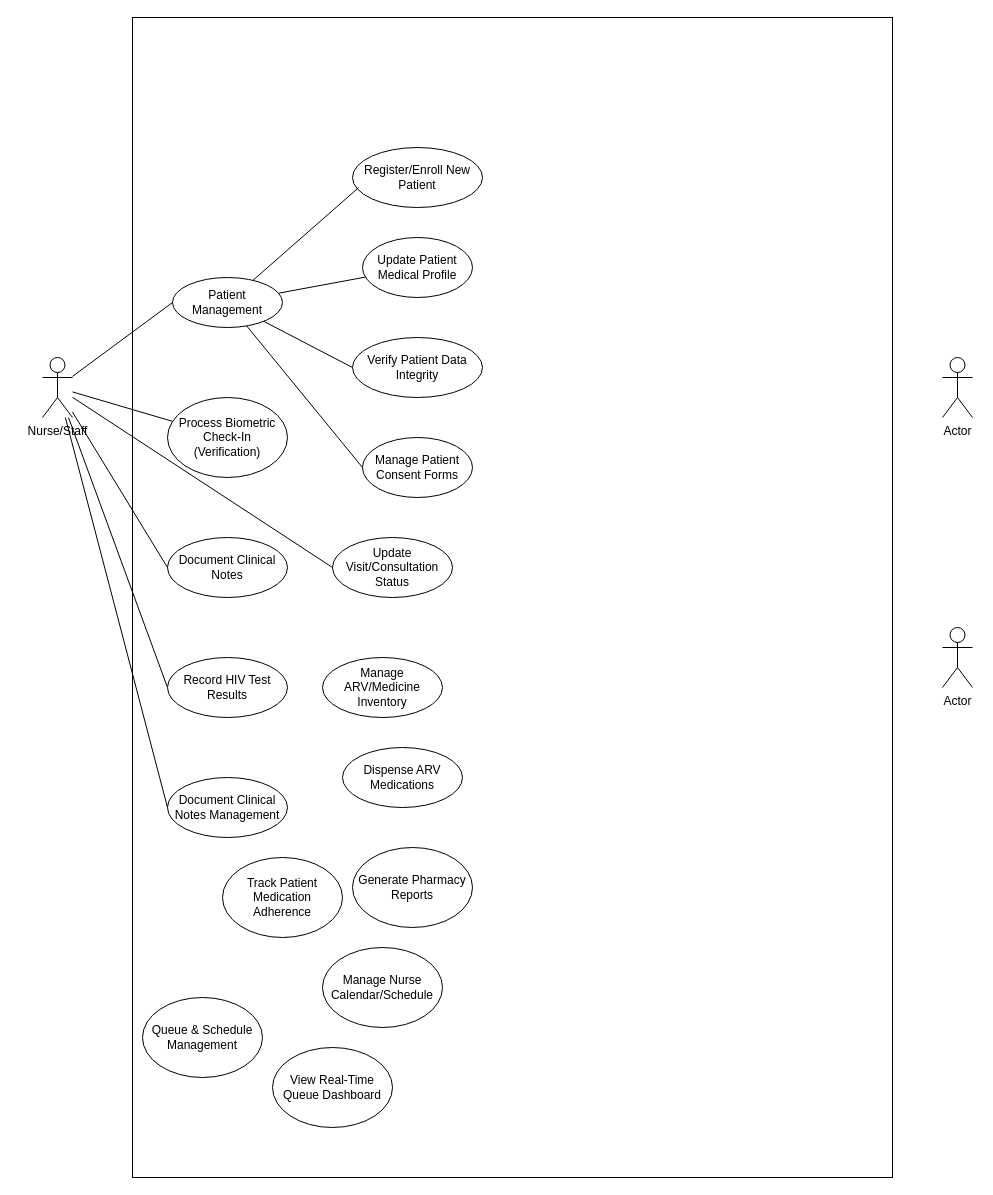
Before: Untitled Diagram.drawio in perez-mj/hiv-capstone-front, a draw.io diagram. Source tidied: cells renumbered, new cells numbered last; positions are measured from the earlier drawing's top-left corner, leaving out a move shared by most shapes. Both pictures are drawn from the tidied source at 100%, with x=0, y=0 at pixel (42, 17).
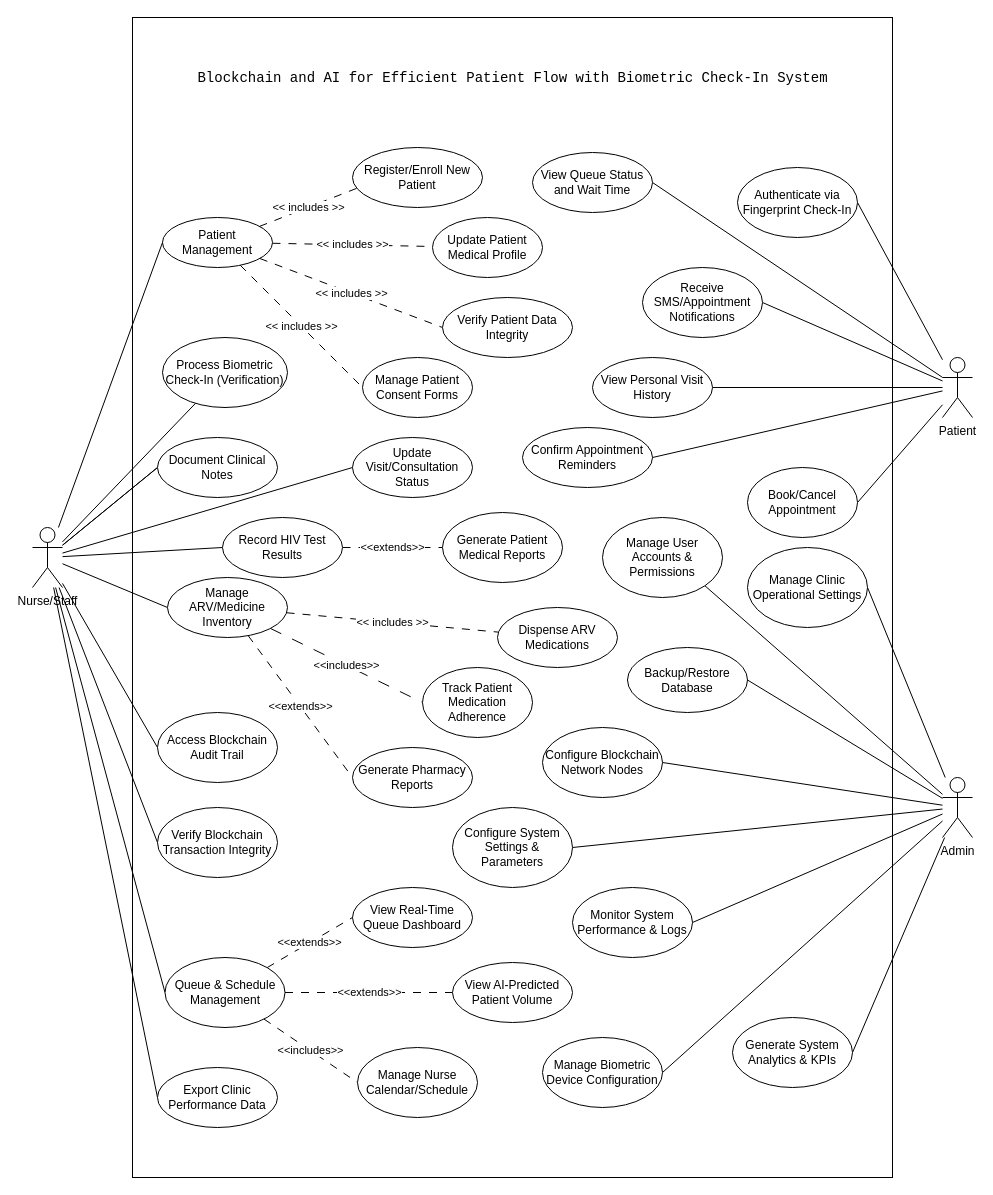
The same page after the edit.

The change refers to these unchanged cells:
```xml
<mxCell id="12" value="&lt;span&gt;Register/Enroll New Patient&lt;/span&gt;" style="ellipse;whiteSpace=wrap;html=1;" parent="1" vertex="1">
  <mxGeometry x="310" y="130" width="130" height="60" as="geometry" />
</mxCell>
```

Diff of the diagram source:
```diff
@@
+    <mxCell id="33" style="rounded=0;jettySize=auto;html=1;entryX=0;entryY=0.5;entryDx=0;entryDy=0;endArrow=none;endFill=0;" parent="1" edge="1" source="5" target="26">
+      <mxGeometry relative="1" as="geometry" />
+    </mxCell>
+    <mxCell id="34" style="rounded=0;jettySize=auto;html=1;entryX=0;entryY=0.5;entryDx=0;entryDy=0;endArrow=none;endFill=0;" parent="1" edge="1" source="5" target="31">
+      <mxGeometry relative="1" as="geometry" />
+    </mxCell>
+    <mxCell id="35" style="rounded=0;jettySize=auto;html=1;entryX=0;entryY=0.5;entryDx=0;entryDy=0;endArrow=none;endFill=0;" parent="1" edge="1" source="5" target="61">
+      <mxGeometry relative="1" as="geometry" />
+    </mxCell>
+    <mxCell id="36" style="rounded=0;jettySize=auto;html=1;entryX=0;entryY=0.5;entryDx=0;entryDy=0;endArrow=none;endFill=0;" parent="1" edge="1" source="5" target="63">
+      <mxGeometry relative="1" as="geometry" />
+    </mxCell>
+    <mxCell id="37" style="rounded=0;jettySize=auto;html=1;entryX=0;entryY=0.5;entryDx=0;entryDy=0;endArrow=none;endFill=0;" parent="1" edge="1" source="5" target="62">
+      <mxGeometry relative="1" as="geometry" />
+    </mxCell>
     <mxCell id="5" value="Nurse/Staff" style="shape=umlActor;verticalLabelPosition=bottom;verticalAlign=top;html=1;outlineConnect=0;" parent="1" vertex="1">
-      <mxGeometry y="340" width="30" height="60" as="geometry" />
+      <mxGeometry x="-10" y="510" width="30" height="60" as="geometry" />
     </mxCell>
+    <mxCell id="38" style="rounded=0;jettySize=auto;html=1;entryX=1;entryY=0.5;entryDx=0;entryDy=0;endArrow=none;endFill=0;" parent="1" edge="1" source="6" target="76">
+      <mxGeometry relative="1" as="geometry" />
+    </mxCell>
+    <mxCell id="39" style="rounded=0;jettySize=auto;html=1;entryX=1;entryY=0.5;entryDx=0;entryDy=0;endArrow=none;endFill=0;" parent="1" edge="1" source="6" target="77">
+      <mxGeometry relative="1" as="geometry" />
+    </mxCell>
+    <mxCell id="40" style="rounded=0;jettySize=auto;html=1;entryX=1;entryY=0.5;entryDx=0;entryDy=0;endArrow=none;endFill=0;" parent="1" edge="1" source="6" target="72">
+      <mxGeometry relative="1" as="geometry" />
+    </mxCell>
+    <mxCell id="41" style="rounded=0;jettySize=auto;html=1;entryX=1;entryY=0.5;entryDx=0;entryDy=0;endArrow=none;endFill=0;" parent="1" edge="1" source="6" target="74">
+      <mxGeometry relative="1" as="geometry" />
+    </mxCell>
+    <mxCell id="42" style="rounded=0;jettySize=auto;html=1;entryX=1;entryY=0.5;entryDx=0;entryDy=0;endArrow=none;endFill=0;" parent="1" edge="1" source="6" target="73">
+      <mxGeometry relative="1" as="geometry" />
+    </mxCell>
+    <mxCell id="43" style="rounded=0;jettySize=auto;html=1;entryX=1;entryY=0.5;entryDx=0;entryDy=0;endArrow=none;endFill=0;" parent="1" edge="1" source="6" target="75">
+      <mxGeometry relative="1" as="geometry" />
+    </mxCell>
+    <mxCell id="44" style="rounded=0;jettySize=auto;html=1;entryX=1;entryY=0.5;entryDx=0;entryDy=0;endArrow=none;endFill=0;" parent="1" edge="1" source="6" target="78">
+      <mxGeometry relative="1" as="geometry" />
+    </mxCell>
+    <mxCell id="45" style="rounded=0;jettySize=auto;html=1;entryX=1;entryY=1;entryDx=0;entryDy=0;endArrow=none;endFill=0;" parent="1" edge="1" source="6" target="71">
+      <mxGeometry relative="1" as="geometry" />
+    </mxCell>
-    <mxCell id="6" value="Actor" style="shape=umlActor;verticalLabelPosition=bottom;verticalAlign=top;html=1;outlineConnect=0;" parent="1" vertex="1">
-      <mxGeometry x="900" y="610" width="30" height="60" as="geometry" />
+    <mxCell id="6" value="Admin" style="shape=umlActor;verticalLabelPosition=bottom;verticalAlign=top;html=1;outlineConnect=0;" parent="1" vertex="1">
+      <mxGeometry x="900" y="760" width="30" height="60" as="geometry" />
     </mxCell>
+    <mxCell id="46" style="rounded=0;jettySize=auto;html=1;entryX=1;entryY=0.5;entryDx=0;entryDy=0;endArrow=none;endFill=0;" parent="1" edge="1" source="7" target="66">
+      <mxGeometry relative="1" as="geometry" />
+    </mxCell>
+    <mxCell id="47" style="rounded=0;jettySize=auto;html=1;entryX=1;entryY=0.5;entryDx=0;entryDy=0;endArrow=none;endFill=0;" parent="1" edge="1" source="7" target="68">
+      <mxGeometry relative="1" as="geometry" />
+    </mxCell>
+    <mxCell id="48" style="rounded=0;jettySize=auto;html=1;entryX=1;entryY=0.5;entryDx=0;entryDy=0;endArrow=none;endFill=0;" parent="1" edge="1" source="7" target="67">
+      <mxGeometry relative="1" as="geometry" />
+    </mxCell>
+    <mxCell id="49" style="rounded=0;jettySize=auto;html=1;entryX=1;entryY=0.5;entryDx=0;entryDy=0;endArrow=none;endFill=0;" parent="1" edge="1" source="7" target="69">
+      <mxGeometry relative="1" as="geometry" />
+    </mxCell>
+    <mxCell id="50" style="rounded=0;jettySize=auto;html=1;entryX=1;entryY=0.5;entryDx=0;entryDy=0;endArrow=none;endFill=0;" parent="1" edge="1" source="7" target="65">
+      <mxGeometry relative="1" as="geometry" />
+    </mxCell>
+    <mxCell id="51" style="rounded=0;jettySize=auto;html=1;entryX=1;entryY=0.5;entryDx=0;entryDy=0;endArrow=none;endFill=0;" parent="1" edge="1" source="7" target="70">
+      <mxGeometry relative="1" as="geometry" />
+    </mxCell>
-    <mxCell id="7" value="Actor" style="shape=umlActor;verticalLabelPosition=bottom;verticalAlign=top;html=1;outlineConnect=0;" parent="1" vertex="1">
+    <mxCell id="7" value="Patient" style="shape=umlActor;verticalLabelPosition=bottom;verticalAlign=top;html=1;outlineConnect=0;" parent="1" vertex="1">
       <mxGeometry x="900" y="340" width="30" height="60" as="geometry" />
     </mxCell>
-    <mxCell id="8" style="rounded=0;jettySize=auto;html=1;endArrow=none;endFill=0;" parent="1" edge="1" source="11" target="13">
+    <mxCell id="8" value="&amp;lt;&amp;lt; includes &amp;gt;&amp;gt;" style="rounded=0;jettySize=auto;html=1;endArrow=none;endFill=0;dashed=1;dashPattern=8 8;" parent="1" edge="1" source="11" target="13">
       <mxGeometry relative="1" as="geometry" />
     </mxCell>
-    <mxCell id="9" style="rounded=0;jettySize=auto;html=1;entryX=0;entryY=0.5;entryDx=0;entryDy=0;endArrow=none;endFill=0;" parent="1" edge="1" source="11" target="14">
+    <mxCell id="9" value="&amp;lt;&amp;lt; includes &amp;gt;&amp;gt;" style="rounded=0;jettySize=auto;html=1;entryX=0;entryY=0.5;entryDx=0;entryDy=0;endArrow=none;endFill=0;dashed=1;dashPattern=8 8;" parent="1" edge="1" source="11" target="14">
       <mxGeometry relative="1" as="geometry" />
     </mxCell>
-    <mxCell id="10" style="rounded=0;jettySize=auto;html=1;entryX=0;entryY=0.5;entryDx=0;entryDy=0;endArrow=none;endFill=0;" parent="1" edge="1" source="11" target="15">
+    <mxCell id="10" value="&amp;lt;&amp;lt; includes &amp;gt;&amp;gt;" style="rounded=0;jettySize=auto;entryX=0;entryY=0.5;entryDx=0;entryDy=0;endArrow=none;endFill=0;html=1;horizontal=1;labelPosition=center;verticalLabelPosition=middle;align=center;verticalAlign=middle;spacingLeft=0;dashed=1;dashPattern=8 8;" parent="1" edge="1" source="11" target="15">
       <mxGeometry relative="1" as="geometry" />
     </mxCell>
     <mxCell id="11" value="&lt;span&gt;Patient Management&lt;/span&gt;" style="ellipse;whiteSpace=wrap;html=1;" parent="1" vertex="1">
-      <mxGeometry x="130" y="260" width="110" height="50" as="geometry" />
+      <mxGeometry x="120" y="200" width="110" height="50" as="geometry" />
     </mxCell>
@@
     <mxCell id="13" value="&lt;span&gt;Update Patient Medical Profile&lt;/span&gt;" style="ellipse;whiteSpace=wrap;html=1;" parent="1" vertex="1">
-      <mxGeometry x="320" y="220" width="110" height="60" as="geometry" />
+      <mxGeometry x="390" y="200" width="110" height="60" as="geometry" />
     </mxCell>
     <mxCell id="14" value="&lt;span&gt;Verify Patient Data Integrity&lt;/span&gt;" style="ellipse;whiteSpace=wrap;html=1;" parent="1" vertex="1">
-      <mxGeometry x="310" y="320" width="130" height="60" as="geometry" />
+      <mxGeometry x="400" y="280" width="130" height="60" as="geometry" />
     </mxCell>
     <mxCell id="15" value="&lt;span&gt;Manage Patient Consent Forms&lt;/span&gt;" style="ellipse;whiteSpace=wrap;html=1;" parent="1" vertex="1">
-      <mxGeometry x="320" y="420" width="110" height="60" as="geometry" />
+      <mxGeometry x="320" y="340" width="110" height="60" as="geometry" />
     </mxCell>
-    <mxCell id="16" style="rounded=0;jettySize=auto;html=1;entryX=0.048;entryY=0.667;entryDx=0;entryDy=0;entryPerimeter=0;endArrow=none;endFill=0;" parent="1" edge="1" source="11" target="12">
+    <mxCell id="16" value="&amp;lt;&amp;lt; includes &amp;gt;&amp;gt;" style="rounded=0;jettySize=auto;html=1;entryX=0.048;entryY=0.667;entryDx=0;entryDy=0;entryPerimeter=0;endArrow=none;endFill=0;dashed=1;dashPattern=8 8;" parent="1" edge="1" source="11" target="12">
       <mxGeometry relative="1" as="geometry" />
     </mxCell>
@@
     <mxCell id="18" value="&lt;span&gt;Process Biometric Check-In (Verification)&lt;/span&gt;" style="ellipse;whiteSpace=wrap;html=1;" parent="1" vertex="1">
-      <mxGeometry x="125" y="380" width="120" height="80" as="geometry" />
+      <mxGeometry x="120" y="320" width="125" height="70" as="geometry" />
     </mxCell>
     <mxCell id="19" value="&lt;span&gt;Update Visit/Consultation Status&lt;/span&gt;" style="ellipse;whiteSpace=wrap;html=1;" parent="1" vertex="1">
-      <mxGeometry x="290" y="520" width="120" height="60" as="geometry" />
+      <mxGeometry x="310" y="420" width="120" height="60" as="geometry" />
     </mxCell>
+    <mxCell id="52" value="&amp;lt;&amp;lt;extends&amp;gt;&amp;gt;" style="rounded=0;jettySize=auto;html=1;entryX=0;entryY=0.5;entryDx=0;entryDy=0;endArrow=none;endFill=0;dashed=1;dashPattern=8 8;" parent="1" edge="1" source="20" target="60">
+      <mxGeometry relative="1" as="geometry" />
+    </mxCell>
     <mxCell id="20" value="&lt;span&gt;Record HIV Test Results&lt;/span&gt;" style="ellipse;whiteSpace=wrap;html=1;" parent="1" vertex="1">
-      <mxGeometry x="125" y="640" width="120" height="60" as="geometry" />
+      <mxGeometry x="180" y="500" width="120" height="60" as="geometry" />
     </mxCell>
-    <mxCell id="21" value="&lt;span&gt;Document Clinical Notes&lt;/span&gt;" style="ellipse;whiteSpace=wrap;html=1;" parent="1" vertex="1">
-      <mxGeometry x="125" y="520" width="120" height="60" as="geometry" />
-    </mxCell>
@@
-    <mxCell id="24" value="&lt;span&gt;Document Clinical Notes Management&lt;/span&gt;" style="ellipse;whiteSpace=wrap;html=1;" parent="1" vertex="1">
-      <mxGeometry x="125" y="760" width="120" height="60" as="geometry" />
-    </mxCell>
-    <mxCell id="25" style="rounded=0;jettySize=auto;html=1;entryX=0;entryY=0.5;entryDx=0;entryDy=0;endArrow=none;endFill=0;" parent="1" edge="1" source="5" target="24">
-      <mxGeometry relative="1" as="geometry" />
-    </mxCell>
+    <mxCell id="53" value="&amp;lt;&amp;lt; includes &amp;gt;&amp;gt;" style="rounded=0;jettySize=auto;html=1;endArrow=none;endFill=0;dashed=1;dashPattern=8 8;" parent="1" edge="1" source="26" target="27">
+      <mxGeometry relative="1" as="geometry" />
+    </mxCell>
+    <mxCell id="54" value="&amp;lt;&amp;lt;extends&amp;gt;&amp;gt;" style="rounded=0;jettySize=auto;html=1;entryX=0;entryY=0.5;entryDx=0;entryDy=0;endArrow=none;endFill=0;dashed=1;dashPattern=8 8;" parent="1" edge="1" source="26" target="29">
+      <mxGeometry relative="1" as="geometry" />
+    </mxCell>
+    <mxCell id="55" value="&amp;lt;&amp;lt;includes&amp;gt;&amp;gt;" style="rounded=0;jettySize=auto;html=1;entryX=0;entryY=0.5;entryDx=0;entryDy=0;endArrow=none;endFill=0;dashed=1;dashPattern=12 12;" parent="1" edge="1" source="26" target="28">
+      <mxGeometry relative="1" as="geometry" />
+    </mxCell>
     <mxCell id="26" value="&lt;span&gt;Manage ARV/Medicine Inventory&lt;/span&gt;" style="ellipse;whiteSpace=wrap;html=1;" parent="1" vertex="1">
-      <mxGeometry x="280" y="640" width="120" height="60" as="geometry" />
+      <mxGeometry x="125" y="560" width="120" height="60" as="geometry" />
     </mxCell>
     <mxCell id="27" value="&lt;span&gt;Dispense ARV Medications&lt;/span&gt;" style="ellipse;whiteSpace=wrap;html=1;" parent="1" vertex="1">
-      <mxGeometry x="300" y="730" width="120" height="60" as="geometry" />
+      <mxGeometry x="455" y="590" width="120" height="60" as="geometry" />
     </mxCell>
     <mxCell id="28" value="&lt;span&gt;Track Patient Medication Adherence&lt;/span&gt;" style="ellipse;whiteSpace=wrap;html=1;" parent="1" vertex="1">
-      <mxGeometry x="180" y="840" width="120" height="80" as="geometry" />
+      <mxGeometry x="380" y="650" width="110" height="70" as="geometry" />
     </mxCell>
     <mxCell id="29" value="&lt;span&gt;Generate Pharmacy Reports&lt;/span&gt;" style="ellipse;whiteSpace=wrap;html=1;" parent="1" vertex="1">
-      <mxGeometry x="310" y="830" width="120" height="80" as="geometry" />
+      <mxGeometry x="310" y="730" width="120" height="60" as="geometry" />
     </mxCell>
     <mxCell id="30" value="&lt;span&gt;View Real-Time Queue Dashboard&lt;/span&gt;" style="ellipse;whiteSpace=wrap;html=1;" parent="1" vertex="1">
-      <mxGeometry x="230" y="1030" width="120" height="80" as="geometry" />
+      <mxGeometry x="310" y="870" width="120" height="60" as="geometry" />
     </mxCell>
+    <mxCell id="56" value="&amp;lt;&amp;lt;extends&amp;gt;&amp;gt;" style="rounded=0;jettySize=auto;html=1;entryX=0;entryY=0.5;entryDx=0;entryDy=0;endArrow=none;endFill=0;dashed=1;dashPattern=8 8;" parent="1" edge="1" source="31" target="30">
+      <mxGeometry relative="1" as="geometry" />
+    </mxCell>
+    <mxCell id="57" value="&amp;lt;&amp;lt;extends&amp;gt;&amp;gt;" style="rounded=0;jettySize=auto;html=1;entryX=0;entryY=0.5;entryDx=0;entryDy=0;endArrow=none;endFill=0;dashed=1;dashPattern=8 8;" parent="1" edge="1" source="31" target="59">
+      <mxGeometry relative="1" as="geometry" />
+    </mxCell>
+    <mxCell id="58" value="&amp;lt;&amp;lt;includes&amp;gt;&amp;gt;" style="rounded=0;jettySize=auto;html=1;entryX=0;entryY=0.5;entryDx=0;entryDy=0;endArrow=none;endFill=0;dashed=1;dashPattern=8 8;" parent="1" edge="1" source="31" target="32">
+      <mxGeometry relative="1" as="geometry" />
+    </mxCell>
     <mxCell id="31" value="&lt;span&gt;Queue &amp;amp; Schedule Management&lt;/span&gt;" style="ellipse;whiteSpace=wrap;html=1;" parent="1" vertex="1">
-      <mxGeometry x="100" y="980" width="120" height="80" as="geometry" />
+      <mxGeometry x="122.5" y="940" width="120" height="70" as="geometry" />
     </mxCell>
     <mxCell id="32" value="&lt;span&gt;Manage Nurse Calendar/Schedule&lt;/span&gt;" style="ellipse;whiteSpace=wrap;html=1;" parent="1" vertex="1">
-      <mxGeometry x="280" y="930" width="120" height="80" as="geometry" />
+      <mxGeometry x="315" y="1030" width="120" height="70" as="geometry" />
     </mxCell>
+    <mxCell id="59" value="&lt;span&gt;View AI-Predicted Patient Volume&lt;/span&gt;" style="ellipse;whiteSpace=wrap;html=1;" parent="1" vertex="1">
+      <mxGeometry x="410" y="945" width="120" height="60" as="geometry" />
+    </mxCell>
+    <mxCell id="60" value="&lt;span&gt;Generate Patient Medical Reports&lt;/span&gt;" style="ellipse;whiteSpace=wrap;html=1;" parent="1" vertex="1">
+      <mxGeometry x="400" y="495" width="120" height="70" as="geometry" />
+    </mxCell>
+    <mxCell id="61" value="&lt;span&gt;Access Blockchain Audit Trail&lt;/span&gt;" style="ellipse;whiteSpace=wrap;html=1;" parent="1" vertex="1">
+      <mxGeometry x="115" y="695" width="120" height="70" as="geometry" />
+    </mxCell>
+    <mxCell id="62" value="&lt;span&gt;Export Clinic Performance Data&lt;/span&gt;" style="ellipse;whiteSpace=wrap;html=1;" parent="1" vertex="1">
+      <mxGeometry x="115" y="1050" width="120" height="60" as="geometry" />
+    </mxCell>
+    <mxCell id="63" value="&lt;span&gt;Verify Blockchain Transaction Integrity&lt;/span&gt;" style="ellipse;whiteSpace=wrap;html=1;" parent="1" vertex="1">
+      <mxGeometry x="115" y="790" width="120" height="70" as="geometry" />
+    </mxCell>
+    <mxCell id="64" style="rounded=0;jettySize=auto;html=1;entryX=0;entryY=0.5;entryDx=0;entryDy=0;endArrow=none;endFill=0;" parent="1" edge="1" source="5" target="21">
+      <mxGeometry relative="1" as="geometry" />
+    </mxCell>
+    <mxCell id="21" value="&lt;span&gt;Document Clinical Notes&lt;/span&gt;" style="ellipse;whiteSpace=wrap;html=1;" parent="1" vertex="1">
+      <mxGeometry x="115" y="420" width="120" height="60" as="geometry" />
+    </mxCell>
+    <mxCell id="65" value="&lt;span&gt;Book/Cancel Appointment&lt;/span&gt;" style="ellipse;whiteSpace=wrap;html=1;" parent="1" vertex="1">
+      <mxGeometry x="705" y="450" width="110" height="70" as="geometry" />
+    </mxCell>
+    <mxCell id="66" value="&lt;span&gt;Authenticate via Fingerprint Check-In&lt;/span&gt;" style="ellipse;whiteSpace=wrap;html=1;" parent="1" vertex="1">
+      <mxGeometry x="695" y="150" width="120" height="70" as="geometry" />
+    </mxCell>
+    <mxCell id="67" value="&lt;span&gt;View Queue Status and Wait Time&lt;/span&gt;" style="ellipse;whiteSpace=wrap;html=1;" parent="1" vertex="1">
+      <mxGeometry x="490" y="135" width="120" height="60" as="geometry" />
+    </mxCell>
+    <mxCell id="68" value="&lt;span&gt;Receive SMS/Appointment Notifications&lt;/span&gt;" style="ellipse;whiteSpace=wrap;html=1;" parent="1" vertex="1">
+      <mxGeometry x="600" y="250" width="120" height="70" as="geometry" />
+    </mxCell>
+    <mxCell id="69" value="&lt;span&gt;View Personal Visit History&lt;/span&gt;" style="ellipse;whiteSpace=wrap;html=1;" parent="1" vertex="1">
+      <mxGeometry x="550" y="340" width="120" height="60" as="geometry" />
+    </mxCell>
+    <mxCell id="70" value="&lt;span&gt;Confirm Appointment Reminders&lt;/span&gt;" style="ellipse;whiteSpace=wrap;html=1;" parent="1" vertex="1">
+      <mxGeometry x="480" y="410" width="130" height="60" as="geometry" />
+    </mxCell>
+    <mxCell id="71" value="&lt;span&gt;Manage User Accounts &amp;amp; Permissions&lt;/span&gt;" style="ellipse;whiteSpace=wrap;html=1;" parent="1" vertex="1">
+      <mxGeometry x="560" y="500" width="120" height="80" as="geometry" />
+    </mxCell>
+    <mxCell id="72" value="&lt;span&gt;Configure System Settings &amp;amp; Parameters&lt;/span&gt;" style="ellipse;whiteSpace=wrap;html=1;" parent="1" vertex="1">
+      <mxGeometry x="410" y="790" width="120" height="80" as="geometry" />
+    </mxCell>
+    <mxCell id="73" value="&lt;span&gt;Manage Biometric Device Configuration&lt;/span&gt;" style="ellipse;whiteSpace=wrap;html=1;" parent="1" vertex="1">
+      <mxGeometry x="500" y="1020" width="120" height="70" as="geometry" />
+    </mxCell>
+    <mxCell id="74" value="&lt;span&gt;Generate System Analytics &amp;amp; KPIs&lt;/span&gt;" style="ellipse;whiteSpace=wrap;html=1;" parent="1" vertex="1">
+      <mxGeometry x="690" y="1000" width="120" height="70" as="geometry" />
+    </mxCell>
+    <mxCell id="75" value="&lt;span&gt;Monitor System Performance &amp;amp; Logs&lt;/span&gt;" style="ellipse;whiteSpace=wrap;html=1;" parent="1" vertex="1">
+      <mxGeometry x="530" y="870" width="120" height="70" as="geometry" />
+    </mxCell>
+    <mxCell id="76" value="&lt;span&gt;Backup/Restore Database&lt;/span&gt;" style="ellipse;whiteSpace=wrap;html=1;" parent="1" vertex="1">
+      <mxGeometry x="585" y="630" width="120" height="65" as="geometry" />
+    </mxCell>
+    <mxCell id="77" value="&lt;span&gt;Configure Blockchain Network Nodes&lt;/span&gt;" style="ellipse;whiteSpace=wrap;html=1;" parent="1" vertex="1">
+      <mxGeometry x="500" y="710" width="120" height="70" as="geometry" />
+    </mxCell>
+    <mxCell id="78" value="&lt;span&gt;Manage Clinic Operational Settings&lt;/span&gt;" style="ellipse;whiteSpace=wrap;html=1;" parent="1" vertex="1">
+      <mxGeometry x="705" y="530" width="120" height="80" as="geometry" />
+    </mxCell>
+    <mxCell id="79" value="&lt;font face=&quot;Courier New&quot;&gt;&lt;span&gt;Blockchain and AI for Efficient Patient Flow with Biometric Check-In System&lt;/span&gt;&lt;/font&gt;" style="whiteSpace=wrap;html=1;strokeColor=none;fontSize=14;" parent="1" vertex="1">
+      <mxGeometry x="135.6" y="30" width="668.8" height="60" as="geometry" />
+    </mxCell>
```
